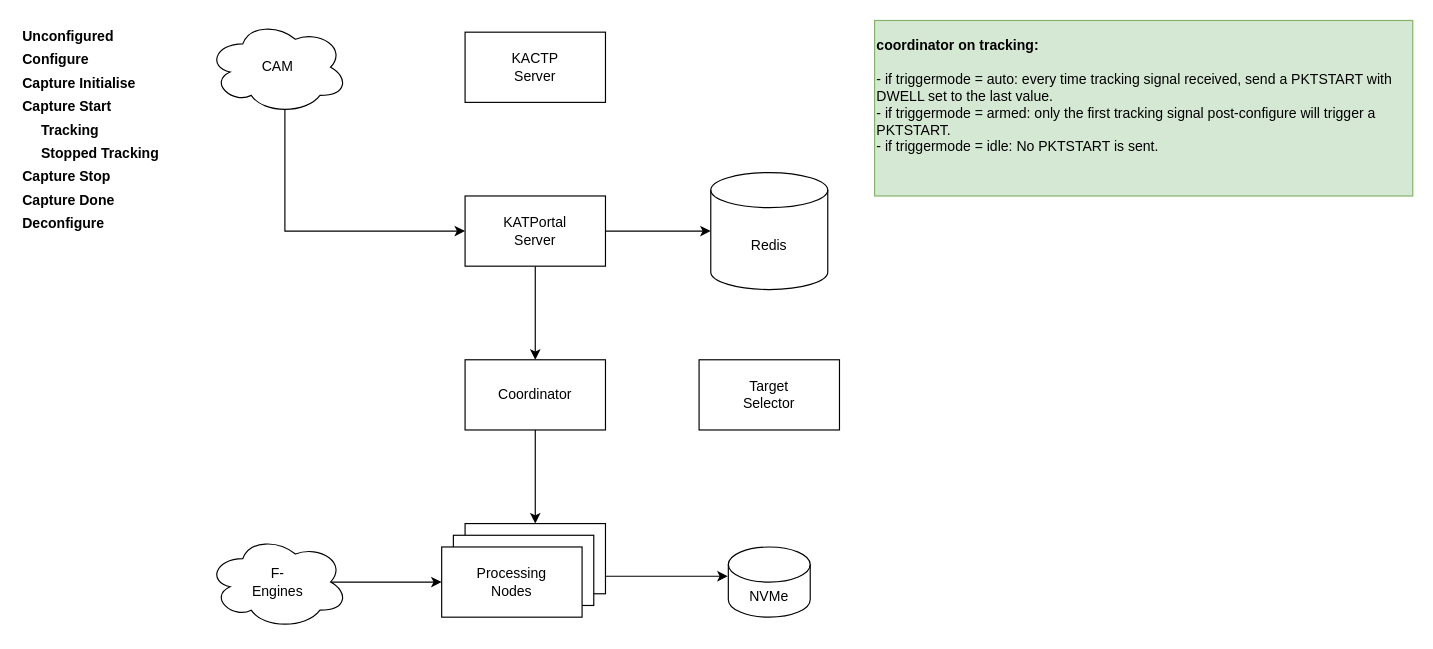
This is page "Tracking" (4 of 7) of full_diagram.drawio from danielczech/meerkat-diagrams, a draw.io file, before an edit. Source tidied: cells renumbered, new cells numbered last; positions are measured from the earlier drawing's top-left corner, leaving out a move shared by most shapes. Both pictures are drawn from the tidied source at 117%, with x=0, y=0 at pixel (20, 20).
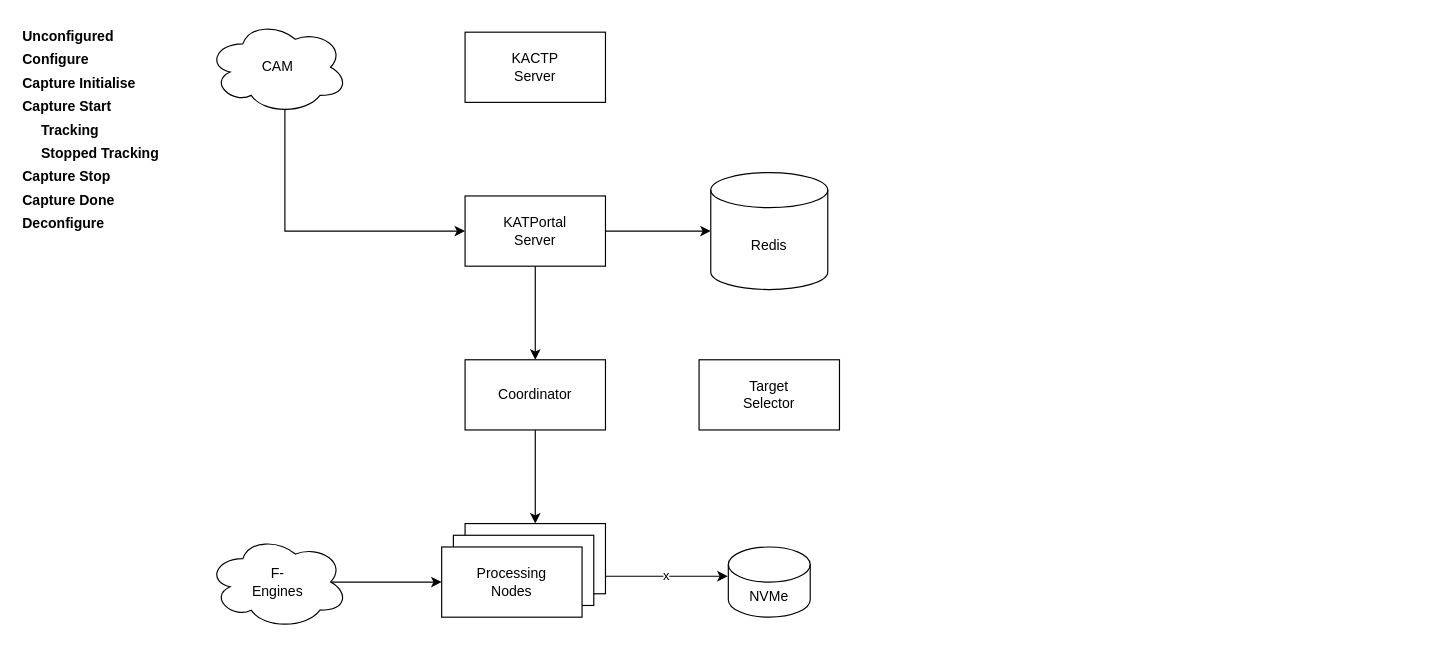
The same page after the edit.

Unchanged cells that the change refers to:
```xml
<mxCell id="3" style="rounded=0;whiteSpace=wrap;html=1;" parent="1" vertex="1">
  <mxGeometry x="380" y="430" width="120" height="60" as="geometry" />
</mxCell>
<mxCell id="35" value="NVMe" style="shape=cylinder3;whiteSpace=wrap;html=1;boundedLbl=1;backgroundOutline=1;size=15;" parent="1" vertex="1">
  <mxGeometry x="605" y="450" width="70" height="60" as="geometry" />
</mxCell>
```

Diff of the diagram source:
```diff
@@
-    <mxCell id="2" style="edgeStyle=orthogonalEdgeStyle;rounded=0;jettySize=auto;html=1;exitX=1;exitY=0.75;exitDx=0;exitDy=0;entryX=-0.007;entryY=0.417;entryDx=0;entryDy=0;entryPerimeter=0;" parent="1" edge="1" source="3" target="35">
+    <mxCell id="2" value="x" style="edgeStyle=orthogonalEdgeStyle;rounded=0;jettySize=auto;html=1;exitX=1;exitY=0.75;exitDx=0;exitDy=0;entryX=-0.007;entryY=0.417;entryDx=0;entryDy=0;entryPerimeter=0;" parent="1" edge="1" source="3" target="35">
       <mxGeometry relative="1" as="geometry" />
     </mxCell>
@@
-    <mxCell id="36" parent="0" />
-    <mxCell id="37" value="&lt;div align=&quot;left&quot;&gt;&lt;b&gt;coordinator on tracking: &lt;br&gt;&lt;/b&gt;&lt;/div&gt;&lt;div&gt;&lt;br&gt;&lt;/div&gt;&lt;div&gt;- if triggermode = auto: every time tracking signal received, send a PKTSTART with DWELL set to the last value.&lt;br&gt;&lt;/div&gt;- if triggermode = armed: only the first tracking signal post-configure will trigger a PKTSTART.&lt;br&gt;- if triggermode = idle: No PKTSTART is sent. &lt;span class=&quot;pl-s&quot;&gt;&lt;span class=&quot;pl-s&quot;&gt;&lt;/span&gt;&lt;/span&gt;&lt;br&gt;&lt;div&gt;&lt;span class=&quot;pl-s&quot;&gt;&lt;/span&gt;&lt;table class=&quot;highlight tab-size js-file-line-container&quot;&gt;&lt;tbody&gt;&lt;tr&gt;&lt;td id=&quot;LC89&quot; class=&quot;blob-code blob-code-inner js-file-line&quot;&gt;&lt;b&gt;&lt;br&gt;&lt;/b&gt;&lt;/td&gt;&lt;/tr&gt;&lt;/tbody&gt;&lt;/table&gt;&lt;/div&gt;&lt;span class=&quot;pl-s&quot;&gt;&lt;span class=&quot;pl-s&quot;&gt;&lt;/span&gt;&lt;/span&gt;" style="rounded=0;whiteSpace=wrap;html=1;align=left;fillColor=#d5e8d4;strokeColor=#82b366;" parent="36" vertex="1">
-      <mxGeometry x="730" width="460" height="150" as="geometry" />
-    </mxCell>
```
